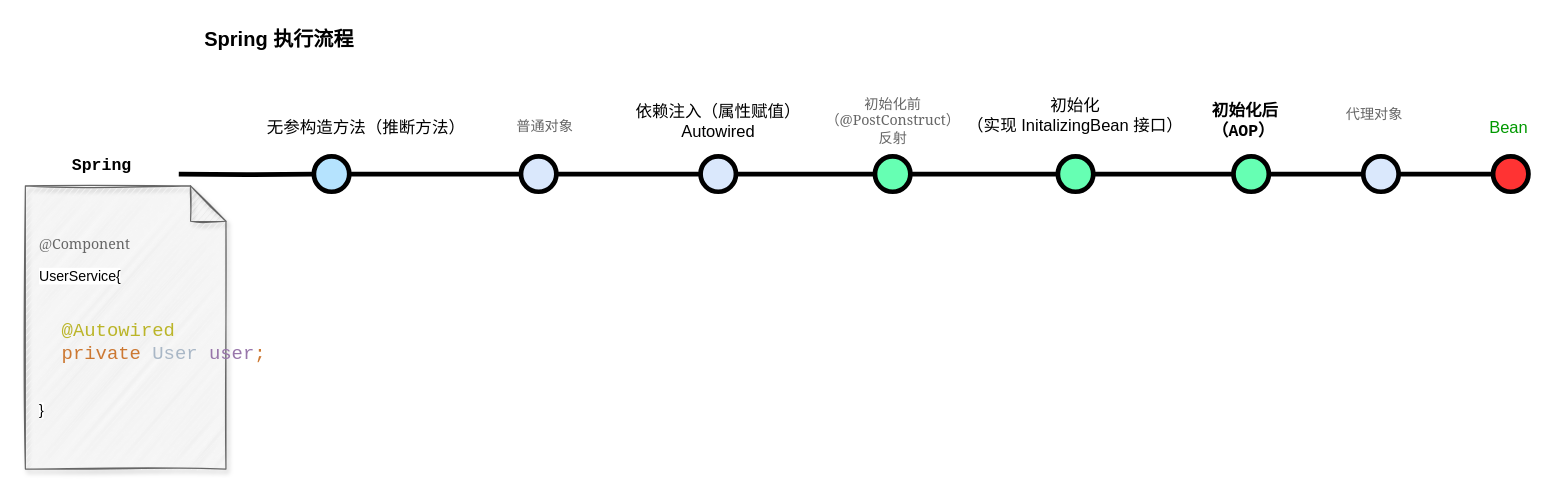
Before: Spring.drawio in TrumanWood/drawio, a draw.io diagram. Source tidied: cells renumbered, new cells numbered last; positions are measured from the earlier drawing's top-left corner, leaving out a move shared by most shapes. Both pictures are drawn from the tidied source at 118%, with x=0, y=0 at pixel (25, 20).
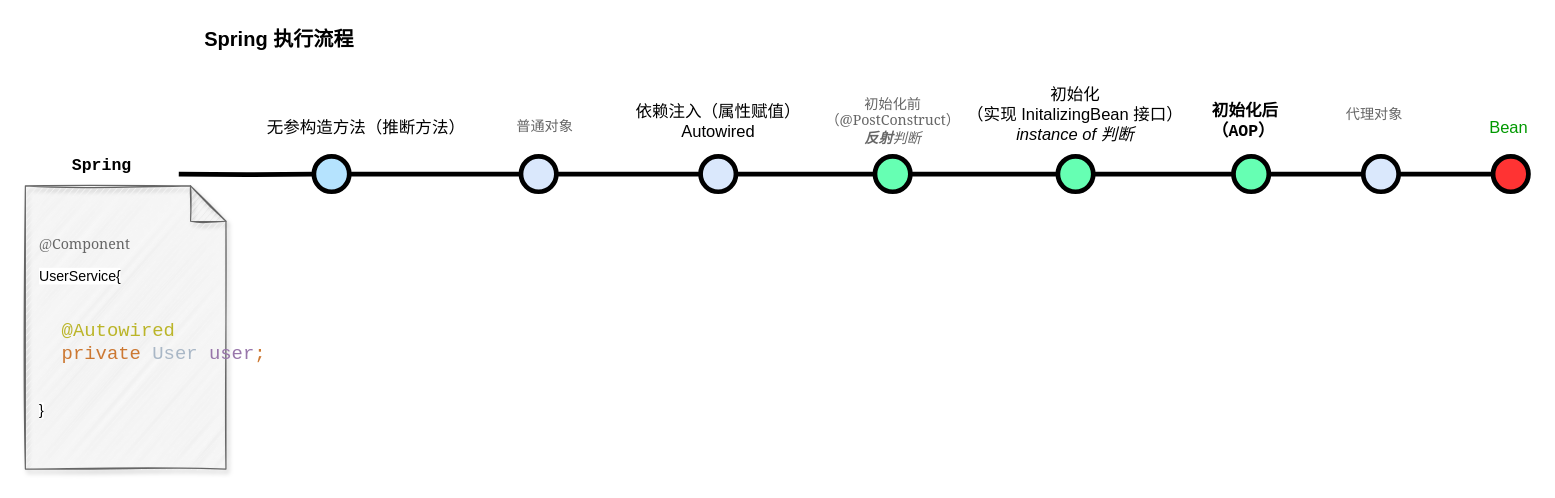
Above is the later version.

Diff of the diagram source:
```diff
@@
-    <mxCell id="19" value="初始化&lt;br&gt;（实现 InitalizingBean 接口）" style="text;html=1;strokeColor=none;fillColor=none;align=center;verticalAlign=middle;whiteSpace=wrap;overflow=hidden;fontSize=14;" parent="1" vertex="1">
+    <mxCell id="19" value="初始化&lt;br&gt;（实现 InitalizingBean 接口）&lt;br&gt;&lt;i&gt;instance of 判断&lt;/i&gt;" style="text;html=1;strokeColor=none;fillColor=none;align=center;verticalAlign=middle;whiteSpace=wrap;overflow=hidden;fontSize=14;" parent="1" vertex="1">
       <mxGeometry x="790" y="35" width="200" height="90" as="geometry" />
     </mxCell>
@@
-    <mxCell id="21" value="初始化前&lt;br&gt;（@PostConstruct）&lt;br&gt;反射" style="text;html=1;align=center;verticalAlign=middle;strokeColor=none;fillColor=none;fontSize=12;fontFamily=Georgia;fontColor=#666666;" parent="1" vertex="1">
+    <mxCell id="21" value="初始化前&lt;br&gt;（@PostConstruct）&lt;br&gt;&lt;i&gt;&lt;b&gt;反射&lt;/b&gt;判断&lt;/i&gt;" style="text;html=1;align=center;verticalAlign=middle;strokeColor=none;fillColor=none;fontSize=12;fontFamily=Georgia;fontColor=#666666;" parent="1" vertex="1">
       <mxGeometry x="670" y="55" width="130" height="60" as="geometry" />
     </mxCell>
```
